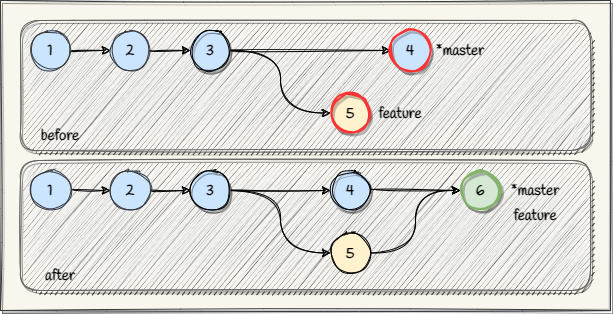
Earlier version of the draw.io export Assets/images/git-merge-concept.png (braboj/tutorial-git). Source tidied: cells renumbered, new cells last; positions are measured from the earlier drawing's top-left corner, leaving out a move shared by most shapes.
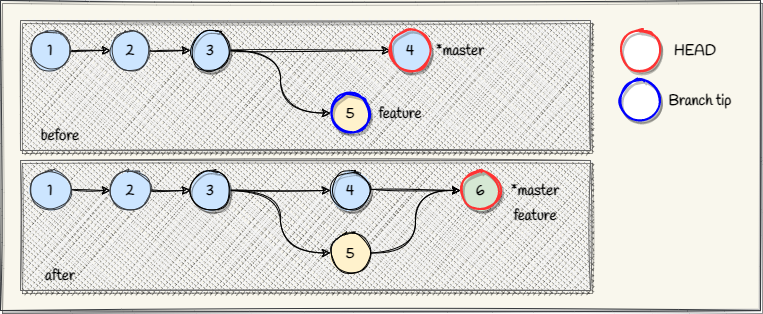
After the commit.

What changed in the source:
```diff
@@ -3,9 +3,9 @@
     <mxCell id="0" />
     <mxCell id="1" parent="0" />
     <mxCell id="2" style="rounded=0;whiteSpace=wrap;html=1;sketch=1;fillStyle=solid;fontFamily=Lucida Console;strokeColor=#36393d;fillColor=#f9f7ed;shadow=1;" parent="1" vertex="1">
-      <mxGeometry width="610" height="310" as="geometry" />
+      <mxGeometry width="760" height="310" as="geometry" />
     </mxCell>
-    <mxCell id="3" style="rounded=1;whiteSpace=wrap;html=1;sketch=1;fillStyle=zigzag;fillColor=#f5f5f5;fontColor=#333333;strokeColor=#666666;shadow=1;fontFamily=Handlee;fontSource=https%3A%2F%2Ffonts.googleapis.com%2Fcss%3Ffamily%3DHandlee;fontSize=15;fontStyle=1;" parent="1" vertex="1">
+    <mxCell id="3" style="rounded=0;whiteSpace=wrap;html=1;sketch=1;fillStyle=cross-hatch;fillColor=#f5f5f5;strokeColor=#666666;shadow=1;fontFamily=Handlee;fontSource=https%3A%2F%2Ffonts.googleapis.com%2Fcss%3Ffamily%3DHandlee;fontSize=15;fontStyle=1;fontColor=#333333;" parent="1" vertex="1">
       <mxGeometry x="20" y="20" width="570" height="130" as="geometry" />
     </mxCell>
     <mxCell id="4" style="edgeStyle=orthogonalEdgeStyle;rounded=0;jettySize=auto;html=1;entryX=0;entryY=0.5;entryDx=0;entryDy=0;sketch=1;curved=1;fontFamily=Handlee;fontSource=https%3A%2F%2Ffonts.googleapis.com%2Fcss%3Ffamily%3DHandlee;fontSize=15;fontStyle=1;" parent="1" edge="1" source="5" target="7">
@@ -29,7 +29,7 @@
     <mxCell id="10" value="3" style="ellipse;whiteSpace=wrap;html=1;sketch=1;rounded=0;fillColor=#cce5ff;strokeColor=#000000;fillStyle=solid;strokeWidth=1;shadow=1;fontFamily=Handlee;fontSource=https%3A%2F%2Ffonts.googleapis.com%2Fcss%3Ffamily%3DHandlee;fontSize=15;fontStyle=1;" parent="1" vertex="1">
       <mxGeometry x="190" y="30" width="40" height="40" as="geometry" />
     </mxCell>
-    <mxCell id="11" value="5" style="ellipse;whiteSpace=wrap;html=1;sketch=1;rounded=0;fillColor=#fff2cc;strokeColor=#FF3333;fillStyle=solid;strokeWidth=2;shadow=1;fontFamily=Handlee;fontSource=https%3A%2F%2Ffonts.googleapis.com%2Fcss%3Ffamily%3DHandlee;fontSize=15;fontStyle=1;" parent="1" vertex="1">
+    <mxCell id="11" value="5" style="ellipse;whiteSpace=wrap;html=1;sketch=1;rounded=0;fillColor=#fff2cc;strokeColor=#0000FF;fillStyle=solid;strokeWidth=2;shadow=1;fontFamily=Handlee;fontSource=https%3A%2F%2Ffonts.googleapis.com%2Fcss%3Ffamily%3DHandlee;fontSize=15;fontStyle=1;" parent="1" vertex="1">
       <mxGeometry x="330" y="92.5" width="40" height="40" as="geometry" />
     </mxCell>
     <mxCell id="12" value="*master" style="text;html=1;strokeColor=none;fillColor=none;align=center;verticalAlign=middle;whiteSpace=wrap;rounded=0;sketch=1;fontFamily=Handlee;fontSource=https%3A%2F%2Ffonts.googleapis.com%2Fcss%3Ffamily%3DHandlee;fontSize=15;fontStyle=1;" parent="1" vertex="1">
@@ -44,7 +44,7 @@
     <mxCell id="15" value="4" style="ellipse;whiteSpace=wrap;html=1;sketch=1;rounded=0;fillColor=#cce5ff;strokeColor=#FF3333;fillStyle=solid;strokeWidth=2;shadow=1;fontFamily=Handlee;fontSource=https%3A%2F%2Ffonts.googleapis.com%2Fcss%3Ffamily%3DHandlee;fontSize=15;fontStyle=1;" parent="1" vertex="1">
       <mxGeometry x="390" y="30" width="40" height="40" as="geometry" />
     </mxCell>
-    <mxCell id="16" style="rounded=1;whiteSpace=wrap;html=1;sketch=1;fillStyle=zigzag;fillColor=#f5f5f5;fontColor=#333333;strokeColor=#666666;shadow=1;fontFamily=Handlee;fontSource=https%3A%2F%2Ffonts.googleapis.com%2Fcss%3Ffamily%3DHandlee;fontSize=15;fontStyle=1;" parent="1" vertex="1">
+    <mxCell id="16" style="rounded=0;whiteSpace=wrap;html=1;sketch=1;fillStyle=cross-hatch;fillColor=#f5f5f5;strokeColor=#666666;shadow=1;fontFamily=Handlee;fontSource=https%3A%2F%2Ffonts.googleapis.com%2Fcss%3Ffamily%3DHandlee;fontSize=15;fontStyle=1;fontColor=#333333;" parent="1" vertex="1">
       <mxGeometry x="20" y="160" width="570" height="130" as="geometry" />
     </mxCell>
     <mxCell id="17" style="edgeStyle=orthogonalEdgeStyle;rounded=0;jettySize=auto;html=1;entryX=0;entryY=0.5;entryDx=0;entryDy=0;sketch=1;curved=1;fontFamily=Handlee;fontSource=https%3A%2F%2Ffonts.googleapis.com%2Fcss%3Ffamily%3DHandlee;fontSize=15;fontStyle=1;" parent="1" edge="1" source="18" target="20">
@@ -89,8 +89,20 @@
     <mxCell id="30" value="4" style="ellipse;whiteSpace=wrap;html=1;sketch=1;rounded=0;fillColor=#cce5ff;strokeColor=#000000;fillStyle=solid;strokeWidth=1;shadow=1;fontFamily=Handlee;fontSource=https%3A%2F%2Ffonts.googleapis.com%2Fcss%3Ffamily%3DHandlee;fontSize=15;fontStyle=1;" parent="1" vertex="1">
       <mxGeometry x="330" y="170" width="40" height="40" as="geometry" />
     </mxCell>
-    <mxCell id="31" value="6" style="ellipse;whiteSpace=wrap;html=1;sketch=1;rounded=0;fillColor=#d5e8d4;strokeColor=#82b366;fillStyle=solid;strokeWidth=2;shadow=1;fontFamily=Handlee;fontSource=https%3A%2F%2Ffonts.googleapis.com%2Fcss%3Ffamily%3DHandlee;fontSize=15;fontStyle=1;" parent="1" vertex="1">
+    <mxCell id="31" value="6" style="ellipse;whiteSpace=wrap;html=1;sketch=1;rounded=0;fillColor=#d5e8d4;strokeColor=#FF3333;fillStyle=solid;strokeWidth=2;shadow=1;fontFamily=Handlee;fontSource=https%3A%2F%2Ffonts.googleapis.com%2Fcss%3Ffamily%3DHandlee;fontSize=15;fontStyle=1;" parent="1" vertex="1">
       <mxGeometry x="460" y="170" width="40" height="40" as="geometry" />
     </mxCell>
+    <mxCell id="32" style="ellipse;whiteSpace=wrap;html=1;sketch=1;rounded=0;fillStyle=solid;strokeWidth=2;shadow=1;fontFamily=Handlee;fontSource=https%3A%2F%2Ffonts.googleapis.com%2Fcss%3Ffamily%3DHandlee;fontSize=15;fontStyle=1;strokeColor=#FF3333;" parent="1" vertex="1">
+      <mxGeometry x="620" y="30" width="40" height="40" as="geometry" />
+    </mxCell>
+    <mxCell id="33" style="ellipse;whiteSpace=wrap;html=1;sketch=1;rounded=0;fillStyle=solid;strokeWidth=2;shadow=1;fontFamily=Handlee;fontSource=https%3A%2F%2Ffonts.googleapis.com%2Fcss%3Ffamily%3DHandlee;fontSize=15;fontStyle=1;strokeColor=#0000FF;" parent="1" vertex="1">
+      <mxGeometry x="620" y="80" width="40" height="40" as="geometry" />
+    </mxCell>
+    <mxCell id="34" value="HEAD" style="text;html=1;strokeColor=none;fillColor=none;align=center;verticalAlign=middle;whiteSpace=wrap;rounded=0;fontFamily=Handlee;fontSource=https%3A%2F%2Ffonts.googleapis.com%2Fcss%3Ffamily%3DHandlee;fontSize=15;fontStyle=1;" parent="1" vertex="1">
+      <mxGeometry x="660" y="35" width="70" height="30" as="geometry" />
+    </mxCell>
+    <mxCell id="35" value="Branch tip" style="text;html=1;strokeColor=none;fillColor=none;align=center;verticalAlign=middle;whiteSpace=wrap;rounded=0;fontFamily=Handlee;fontSource=https%3A%2F%2Ffonts.googleapis.com%2Fcss%3Ffamily%3DHandlee;fontSize=15;fontStyle=1;" parent="1" vertex="1">
+      <mxGeometry x="660" y="85" width="80" height="30" as="geometry" />
+    </mxCell>
   </root>
 </mxGraphModel>
```
